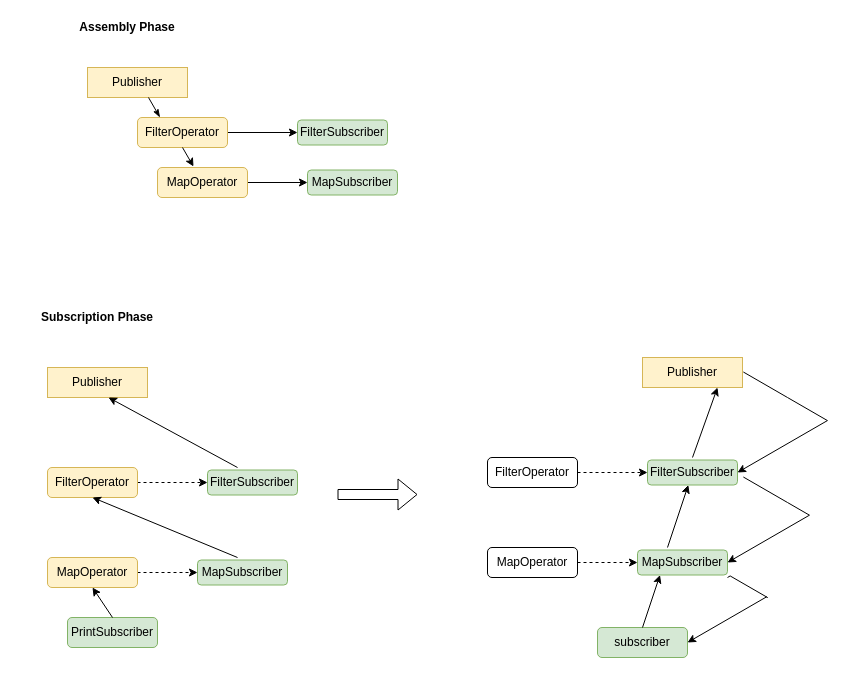
The draw.io diagram Untitled Diagram.drawio in lruchandani/example, before the edit. Source tidied: cells renumbered, new cells numbered last; positions are measured from the earlier drawing's top-left corner, leaving out a move shared by most shapes. Both pictures are drawn from the tidied source at 100%, with x=0, y=0 at pixel (37, 17).
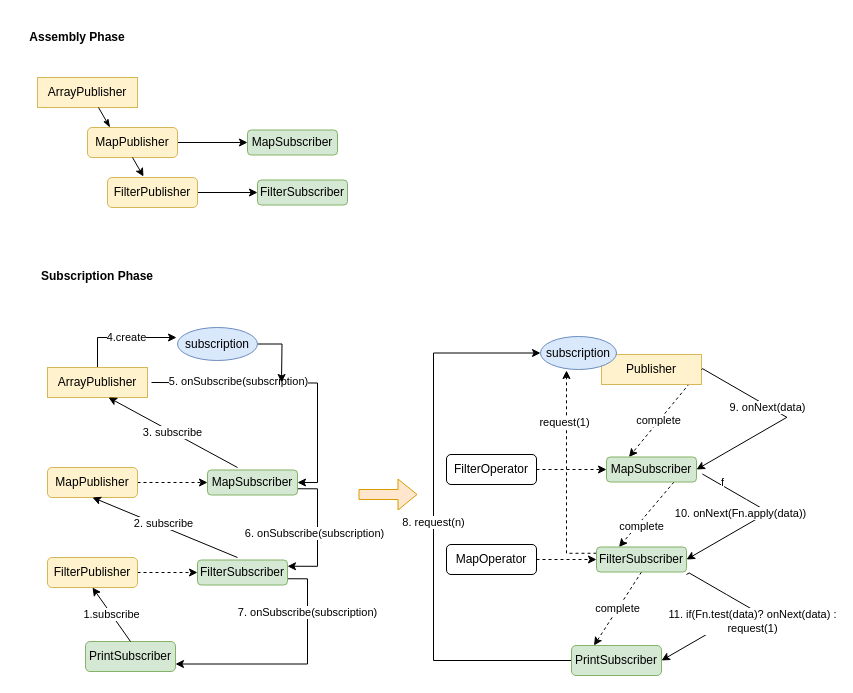
Above is the later version.

Unchanged cells that the change refers to:
```xml
<mxCell id="19" style="endArrow=none;html=1;exitX=0.5;exitY=1;exitDx=0;exitDy=0;startArrow=classic;startFill=1;endFill=0;" parent="1" edge="1" source="14">
  <mxGeometry relative="1" as="geometry">
    <mxPoint x="200" y="540" as="targetPoint" />
  </mxGeometry>
</mxCell>
```

The edit, as a diff of the source:
```diff
@@
-    <mxCell id="2" value="Publisher" style="rounded=0;whiteSpace=wrap;html=1;fillColor=#fff2cc;strokeColor=#d6b656;" parent="1" vertex="1">
-      <mxGeometry x="50" y="50" width="100" height="30" as="geometry" />
+    <mxCell id="2" value="ArrayPublisher" style="rounded=0;whiteSpace=wrap;html=1;fillColor=#fff2cc;strokeColor=#d6b656;" parent="1" vertex="1">
+      <mxGeometry y="60" width="100" height="30" as="geometry" />
     </mxCell>
@@
-    <mxCell id="4" value="FilterOperator" style="rounded=1;whiteSpace=wrap;html=1;fillColor=#fff2cc;strokeColor=#d6b656;" parent="1" vertex="1">
-      <mxGeometry x="100" y="100" width="90" height="30" as="geometry" />
+    <mxCell id="4" value="MapPublisher" style="rounded=1;whiteSpace=wrap;html=1;fillColor=#fff2cc;strokeColor=#d6b656;" parent="1" vertex="1">
+      <mxGeometry x="50" y="110" width="90" height="30" as="geometry" />
     </mxCell>
@@
-    <mxCell id="6" value="MapOperator" style="rounded=1;whiteSpace=wrap;html=1;fillColor=#fff2cc;strokeColor=#d6b656;" parent="1" vertex="1">
-      <mxGeometry x="120" y="150" width="90" height="30" as="geometry" />
+    <mxCell id="6" value="FilterPublisher" style="rounded=1;whiteSpace=wrap;html=1;fillColor=#fff2cc;strokeColor=#d6b656;" parent="1" vertex="1">
+      <mxGeometry x="70" y="160" width="90" height="30" as="geometry" />
     </mxCell>
@@
     <mxCell id="9" value="&lt;b&gt;Assembly Phase&lt;/b&gt;" style="text;html=1;strokeColor=none;fillColor=none;align=center;verticalAlign=middle;whiteSpace=wrap;rounded=0;" parent="1" vertex="1">
-      <mxGeometry x="30" width="120" height="20" as="geometry" />
+      <mxGeometry x="-20" y="10" width="120" height="20" as="geometry" />
     </mxCell>
-    <mxCell id="10" value="FilterSubscriber" style="whiteSpace=wrap;html=1;rounded=1;fillColor=#d5e8d4;strokeColor=#82b366;" parent="1" vertex="1">
-      <mxGeometry x="260" y="102.5" width="90" height="25" as="geometry" />
+    <mxCell id="10" value="MapSubscriber" style="whiteSpace=wrap;html=1;rounded=1;fillColor=#d5e8d4;strokeColor=#82b366;" parent="1" vertex="1">
+      <mxGeometry x="210" y="112.5" width="90" height="25" as="geometry" />
     </mxCell>
-    <mxCell id="11" value="MapSubscriber" style="whiteSpace=wrap;html=1;rounded=1;fillColor=#d5e8d4;strokeColor=#82b366;" parent="1" vertex="1">
-      <mxGeometry x="270" y="152.5" width="90" height="25" as="geometry" />
+    <mxCell id="11" value="FilterSubscriber" style="whiteSpace=wrap;html=1;rounded=1;fillColor=#d5e8d4;strokeColor=#82b366;" parent="1" vertex="1">
+      <mxGeometry x="220" y="162.5" width="90" height="25" as="geometry" />
     </mxCell>
+    <mxCell id="39" style="edgeStyle=orthogonalEdgeStyle;rounded=0;jettySize=auto;html=1;entryX=1;entryY=0.5;entryDx=0;entryDy=0;" parent="1" edge="1" target="22">
+      <mxGeometry relative="1" as="geometry">
+        <mxPoint x="114" y="365" as="sourcePoint" />
+      </mxGeometry>
+    </mxCell>
+    <mxCell id="40" value="5. onSubscribe(subscription)" style="edgeLabel;html=1;align=center;verticalAlign=middle;" parent="39" vertex="1">
+      <mxGeometry x="-0.61" y="2" relative="1" as="geometry">
+        <mxPoint x="30" as="offset" />
+      </mxGeometry>
+    </mxCell>
+    <mxCell id="41" style="edgeStyle=orthogonalEdgeStyle;rounded=0;jettySize=auto;html=1;exitX=0.5;exitY=0;exitDx=0;exitDy=0;entryX=-0.012;entryY=0.303;entryDx=0;entryDy=0;entryPerimeter=0;" parent="1" edge="1" source="12" target="55">
+      <mxGeometry relative="1" as="geometry" />
+    </mxCell>
+    <mxCell id="42" value="4.create" style="edgeLabel;html=1;align=center;verticalAlign=middle;" parent="41" vertex="1">
+      <mxGeometry x="0.08" relative="1" as="geometry" />
+    </mxCell>
-    <mxCell id="12" value="Publisher" style="rounded=0;whiteSpace=wrap;html=1;fillColor=#fff2cc;strokeColor=#d6b656;" parent="1" vertex="1">
+    <mxCell id="12" value="ArrayPublisher" style="rounded=0;whiteSpace=wrap;html=1;fillColor=#fff2cc;strokeColor=#d6b656;" parent="1" vertex="1">
       <mxGeometry x="10" y="350" width="100" height="30" as="geometry" />
     </mxCell>
@@
-    <mxCell id="14" value="FilterOperator" style="rounded=1;whiteSpace=wrap;html=1;fillColor=#fff2cc;strokeColor=#d6b656;" parent="1" vertex="1">
+    <mxCell id="14" value="MapPublisher" style="rounded=1;whiteSpace=wrap;html=1;fillColor=#fff2cc;strokeColor=#d6b656;" parent="1" vertex="1">
       <mxGeometry x="10" y="450" width="90" height="30" as="geometry" />
     </mxCell>
@@
-    <mxCell id="16" value="MapOperator" style="rounded=1;whiteSpace=wrap;html=1;fillColor=#fff2cc;strokeColor=#d6b656;" parent="1" vertex="1">
+    <mxCell id="16" value="FilterPublisher" style="rounded=1;whiteSpace=wrap;html=1;fillColor=#fff2cc;strokeColor=#d6b656;" parent="1" vertex="1">
       <mxGeometry x="10" y="540" width="90" height="30" as="geometry" />
     </mxCell>
     <mxCell id="17" value="PrintSubscriber" style="rounded=1;whiteSpace=wrap;html=1;fillColor=#d5e8d4;strokeColor=#82b366;" parent="1" vertex="1">
-      <mxGeometry x="30" y="600" width="90" height="30" as="geometry" />
+      <mxGeometry x="48" y="624" width="90" height="30" as="geometry" />
     </mxCell>
-    <mxCell id="18" style="endArrow=none;html=1;exitX=0.61;exitY=1;exitDx=0;exitDy=0;exitPerimeter=0;startArrow=classic;startFill=1;endFill=0;" parent="1" edge="1" source="12">
+    <mxCell id="18" value="3. subscribe" style="endArrow=none;html=1;exitX=0.61;exitY=1;exitDx=0;exitDy=0;exitPerimeter=0;startArrow=classic;startFill=1;endFill=0;" parent="1" edge="1" source="12">
       <mxGeometry relative="1" as="geometry">
         <mxPoint x="200" y="450" as="targetPoint" />
       </mxGeometry>
     </mxCell>
@@
+    <mxCell id="43" value="2. subscribe" style="edgeLabel;html=1;align=center;verticalAlign=middle;" parent="19" vertex="1">
+      <mxGeometry x="-0.05" y="3" relative="1" as="geometry" />
+    </mxCell>
-    <mxCell id="20" style="endArrow=none;html=1;exitX=0.5;exitY=1;exitDx=0;exitDy=0;entryX=0.5;entryY=0;entryDx=0;entryDy=0;endFill=0;startArrow=classic;startFill=1;" parent="1" edge="1" source="16" target="17">
+    <mxCell id="20" value="1.subscribe" style="endArrow=none;html=1;exitX=0.5;exitY=1;exitDx=0;exitDy=0;entryX=0.5;entryY=0;entryDx=0;entryDy=0;endFill=0;startArrow=classic;startFill=1;" parent="1" edge="1" source="16" target="17">
       <mxGeometry relative="1" as="geometry" />
     </mxCell>
     <mxCell id="21" value="Subscription Phase" style="text;html=1;strokeColor=none;fillColor=none;align=center;verticalAlign=middle;whiteSpace=wrap;rounded=0;fontStyle=1;" parent="1" vertex="1">
-      <mxGeometry y="290" width="120" height="20" as="geometry" />
+      <mxGeometry y="249" width="120" height="20" as="geometry" />
     </mxCell>
+    <mxCell id="44" style="edgeStyle=orthogonalEdgeStyle;rounded=0;jettySize=auto;html=1;exitX=1;exitY=0.75;exitDx=0;exitDy=0;entryX=1;entryY=0.25;entryDx=0;entryDy=0;" parent="1" edge="1" source="22" target="23">
+      <mxGeometry relative="1" as="geometry" />
+    </mxCell>
+    <mxCell id="45" value="6. onSubscribe(subscription)" style="edgeLabel;html=1;align=center;verticalAlign=middle;" parent="44" vertex="1">
+      <mxGeometry y="-4" relative="1" as="geometry" />
+    </mxCell>
-    <mxCell id="22" value="FilterSubscriber" style="whiteSpace=wrap;html=1;rounded=1;fillColor=#d5e8d4;strokeColor=#82b366;" parent="1" vertex="1">
+    <mxCell id="22" value="MapSubscriber" style="whiteSpace=wrap;html=1;rounded=1;fillColor=#d5e8d4;strokeColor=#82b366;" parent="1" vertex="1">
       <mxGeometry x="170" y="452.5" width="90" height="25" as="geometry" />
     </mxCell>
+    <mxCell id="46" style="edgeStyle=orthogonalEdgeStyle;rounded=0;jettySize=auto;html=1;exitX=1;exitY=0.75;exitDx=0;exitDy=0;entryX=1;entryY=0.75;entryDx=0;entryDy=0;" parent="1" edge="1" source="23" target="17">
+      <mxGeometry relative="1" as="geometry" />
+    </mxCell>
+    <mxCell id="47" value="7. onSubscribe(subscription)" style="edgeLabel;html=1;align=center;verticalAlign=middle;" parent="46" vertex="1">
+      <mxGeometry x="-0.55" y="-1" relative="1" as="geometry" />
+    </mxCell>
-    <mxCell id="23" value="MapSubscriber" style="whiteSpace=wrap;html=1;rounded=1;fillColor=#d5e8d4;strokeColor=#82b366;" parent="1" vertex="1">
+    <mxCell id="23" value="FilterSubscriber" style="whiteSpace=wrap;html=1;rounded=1;fillColor=#d5e8d4;strokeColor=#82b366;" parent="1" vertex="1">
       <mxGeometry x="160" y="542.5" width="90" height="25" as="geometry" />
     </mxCell>
+    <mxCell id="48" value="complete" style="rounded=0;jettySize=auto;html=1;exitX=0.88;exitY=0.967;exitDx=0;exitDy=0;dashed=1;exitPerimeter=0;entryX=0.25;entryY=0;entryDx=0;entryDy=0;" parent="1" edge="1" source="24" target="34">
+      <mxGeometry relative="1" as="geometry" />
+    </mxCell>
     <mxCell id="24" value="Publisher" style="rounded=0;whiteSpace=wrap;html=1;fillColor=#fff2cc;strokeColor=#d6b656;" parent="1" vertex="1">
-      <mxGeometry x="605" y="340" width="100" height="30" as="geometry" />
+      <mxGeometry x="564" y="337" width="100" height="30" as="geometry" />
     </mxCell>
@@
     <mxCell id="26" value="FilterOperator" style="rounded=1;whiteSpace=wrap;html=1;" parent="1" vertex="1">
-      <mxGeometry x="450" y="440" width="90" height="30" as="geometry" />
+      <mxGeometry x="409" y="437" width="90" height="30" as="geometry" />
     </mxCell>
@@
     <mxCell id="28" value="MapOperator" style="rounded=1;whiteSpace=wrap;html=1;" parent="1" vertex="1">
-      <mxGeometry x="450" y="530" width="90" height="30" as="geometry" />
+      <mxGeometry x="409" y="527" width="90" height="30" as="geometry" />
     </mxCell>
+    <mxCell id="49" value="8. request(n)" style="edgeStyle=orthogonalEdgeStyle;rounded=0;jettySize=auto;html=1;exitX=0;exitY=0.5;exitDx=0;exitDy=0;entryX=0;entryY=0.5;entryDx=0;entryDy=0;" parent="1" edge="1" source="29" target="56">
+      <mxGeometry relative="1" as="geometry">
+        <Array as="points">
+          <mxPoint x="396" y="643" />
+          <mxPoint x="396" y="336" />
+        </Array>
+      </mxGeometry>
+    </mxCell>
-    <mxCell id="29" value="subscriber" style="rounded=1;whiteSpace=wrap;html=1;fillColor=#d5e8d4;strokeColor=#82b366;" parent="1" vertex="1">
-      <mxGeometry x="560" y="610" width="90" height="30" as="geometry" />
+    <mxCell id="29" value="PrintSubscriber" style="rounded=1;whiteSpace=wrap;html=1;fillColor=#d5e8d4;strokeColor=#82b366;" parent="1" vertex="1">
+      <mxGeometry x="534" y="628" width="90" height="30" as="geometry" />
     </mxCell>
-    <mxCell id="30" style="endArrow=none;html=1;exitX=0.75;exitY=1;exitDx=0;exitDy=0;startArrow=classic;startFill=1;endFill=0;" parent="1" edge="1" source="24">
-      <mxGeometry relative="1" as="geometry">
-        <mxPoint x="655" y="440" as="targetPoint" />
-      </mxGeometry>
-    </mxCell>
-    <mxCell id="31" style="endArrow=none;html=1;startArrow=classic;startFill=1;endFill=0;" parent="1" edge="1" source="34">
-      <mxGeometry relative="1" as="geometry">
-        <mxPoint x="630" y="530" as="targetPoint" />
-      </mxGeometry>
-    </mxCell>
+    <mxCell id="33" value="9. onNext(data)" style="edgeStyle=isometricEdgeStyle;rounded=0;jettySize=auto;html=1;exitX=1;exitY=0.5;exitDx=0;exitDy=0;entryX=1;entryY=0.5;entryDx=0;entryDy=0;startArrow=classic;startFill=1;endArrow=none;endFill=0;" parent="1" edge="1" source="34" target="24">
+      <mxGeometry x="0.25" relative="1" as="geometry">
+        <Array as="points">
+          <mxPoint x="741" y="395" />
+          <mxPoint x="709" y="377" />
+        </Array>
+        <mxPoint y="1" as="offset" />
+      </mxGeometry>
+    </mxCell>
+    <mxCell id="50" value="complete" style="rounded=0;jettySize=auto;html=1;exitX=0.75;exitY=1;exitDx=0;exitDy=0;entryX=0.25;entryY=0;entryDx=0;entryDy=0;dashed=1;" parent="1" edge="1" source="34" target="35">
+      <mxGeometry x="0.29" y="4" relative="1" as="geometry" />
+    </mxCell>
+    <mxCell id="34" value="MapSubscriber" style="whiteSpace=wrap;html=1;rounded=1;fillColor=#d5e8d4;strokeColor=#82b366;" parent="1" vertex="1">
+      <mxGeometry x="569" y="439.5" width="90" height="25" as="geometry" />
+    </mxCell>
+    <mxCell id="51" style="edgeStyle=orthogonalEdgeStyle;rounded=0;jettySize=auto;html=1;exitX=0;exitY=0.25;exitDx=0;exitDy=0;entryX=0.342;entryY=1.03;entryDx=0;entryDy=0;entryPerimeter=0;dashed=1;" parent="1" edge="1" source="35" target="56">
+      <mxGeometry relative="1" as="geometry" />
+    </mxCell>
+    <mxCell id="52" value="request(1)" style="edgeLabel;html=1;align=center;verticalAlign=middle;" parent="51" vertex="1">
+      <mxGeometry x="0.51" y="2" relative="1" as="geometry" />
+    </mxCell>
-    <mxCell id="32" style="endArrow=none;html=1;exitX=0.25;exitY=1;exitDx=0;exitDy=0;entryX=0.5;entryY=0;entryDx=0;entryDy=0;endFill=0;startArrow=classic;startFill=1;" parent="1" edge="1" source="35" target="29">
+    <mxCell id="32" value="complete" style="rounded=0;jettySize=auto;html=1;exitX=0.5;exitY=1;exitDx=0;exitDy=0;entryX=0.25;entryY=0;entryDx=0;entryDy=0;dashed=1;" parent="1" edge="1" source="35" target="29">
       <mxGeometry relative="1" as="geometry" />
     </mxCell>
-    <mxCell id="33" style="edgeStyle=isometricEdgeStyle;rounded=0;jettySize=auto;html=1;exitX=1;exitY=0.5;exitDx=0;exitDy=0;entryX=1;entryY=0.5;entryDx=0;entryDy=0;startArrow=classic;startFill=1;endArrow=none;endFill=0;" parent="1" edge="1" source="34" target="24">
-      <mxGeometry relative="1" as="geometry">
-        <Array as="points">
-          <mxPoint x="750" y="380" />
-        </Array>
-      </mxGeometry>
-    </mxCell>
-    <mxCell id="34" value="FilterSubscriber" style="whiteSpace=wrap;html=1;rounded=1;fillColor=#d5e8d4;strokeColor=#82b366;" parent="1" vertex="1">
-      <mxGeometry x="610" y="442.5" width="90" height="25" as="geometry" />
-    </mxCell>
-    <mxCell id="35" value="MapSubscriber" style="whiteSpace=wrap;html=1;rounded=1;fillColor=#d5e8d4;strokeColor=#82b366;" parent="1" vertex="1">
-      <mxGeometry x="600" y="532.5" width="90" height="25" as="geometry" />
+    <mxCell id="35" value="FilterSubscriber" style="whiteSpace=wrap;html=1;rounded=1;fillColor=#d5e8d4;strokeColor=#82b366;" parent="1" vertex="1">
+      <mxGeometry x="559" y="529.5" width="90" height="25" as="geometry" />
     </mxCell>
-    <mxCell id="36" style="shape=flexArrow;endArrow=classic;html=1;" parent="1" edge="1">
+    <mxCell id="36" style="shape=flexArrow;endArrow=classic;html=1;fillColor=#ffe6cc;strokeColor=#d79b00;" parent="1" edge="1">
       <mxGeometry relative="1" as="geometry">
-        <mxPoint x="300" y="477" as="sourcePoint" />
+        <mxPoint x="321" y="477" as="sourcePoint" />
         <mxPoint x="380" y="477" as="targetPoint" />
       </mxGeometry>
     </mxCell>
-    <mxCell id="37" style="edgeStyle=isometricEdgeStyle;rounded=0;jettySize=auto;html=1;exitX=1;exitY=0.5;exitDx=0;exitDy=0;entryX=1;entryY=0.5;entryDx=0;entryDy=0;startArrow=classic;startFill=1;endArrow=none;endFill=0;" parent="1" edge="1" source="35">
-      <mxGeometry relative="1" as="geometry">
-        <mxPoint x="705" y="460" as="targetPoint" />
+    <mxCell id="37" value="10. onNext(Fn.apply(data))" style="edgeStyle=isometricEdgeStyle;rounded=0;jettySize=auto;html=1;exitX=1;exitY=0.5;exitDx=0;exitDy=0;entryX=1;entryY=0.5;entryDx=0;entryDy=0;startArrow=classic;startFill=1;endArrow=none;endFill=0;" parent="1" edge="1" source="35">
+      <mxGeometry x="-0.19" y="13" relative="1" as="geometry">
+        <mxPoint x="664" y="457" as="targetPoint" />
         <Array as="points">
-          <mxPoint x="750" y="485" />
+          <mxPoint x="709" y="482" />
         </Array>
       </mxGeometry>
     </mxCell>
+    <mxCell id="53" value="f" style="edgeLabel;html=1;align=center;verticalAlign=middle;" parent="37" vertex="1">
+      <mxGeometry x="0.74" y="-3" relative="1" as="geometry" />
+    </mxCell>
-    <mxCell id="38" style="edgeStyle=isometricEdgeStyle;rounded=0;jettySize=auto;html=1;exitX=1;exitY=0.5;exitDx=0;exitDy=0;startArrow=classic;startFill=1;endArrow=none;endFill=0;" parent="1" edge="1" source="29">
-      <mxGeometry relative="1" as="geometry">
-        <mxPoint x="690" y="560" as="targetPoint" />
+    <mxCell id="38" value="11. if(Fn.test(data)? onNext(data) : &lt;br&gt;request(1)" style="edgeStyle=isometricEdgeStyle;rounded=0;jettySize=auto;html=1;exitX=1;exitY=0.5;exitDx=0;exitDy=0;startArrow=classic;startFill=1;endArrow=none;endFill=0;" parent="1" edge="1" source="29">
+      <mxGeometry x="0.1" y="-12" relative="1" as="geometry">
+        <mxPoint x="649" y="557" as="targetPoint" />
         <Array as="points">
-          <mxPoint x="730" y="580" />
+          <mxPoint x="689" y="577" />
         </Array>
       </mxGeometry>
     </mxCell>
+    <mxCell id="54" style="edgeStyle=orthogonalEdgeStyle;rounded=0;jettySize=auto;html=1;exitX=1;exitY=0.5;exitDx=0;exitDy=0;" parent="1" edge="1" source="55">
+      <mxGeometry relative="1" as="geometry">
+        <mxPoint x="244" y="365" as="targetPoint" />
+      </mxGeometry>
+    </mxCell>
+    <mxCell id="55" value="subscription" style="ellipse;whiteSpace=wrap;html=1;fillColor=#dae8fc;strokeColor=#6c8ebf;" parent="1" vertex="1">
+      <mxGeometry x="140" y="310" width="80" height="33" as="geometry" />
+    </mxCell>
+    <mxCell id="56" value="subscription" style="ellipse;whiteSpace=wrap;html=1;fillColor=#dae8fc;strokeColor=#6c8ebf;" parent="1" vertex="1">
+      <mxGeometry x="503" y="319" width="76" height="33" as="geometry" />
+    </mxCell>
```
